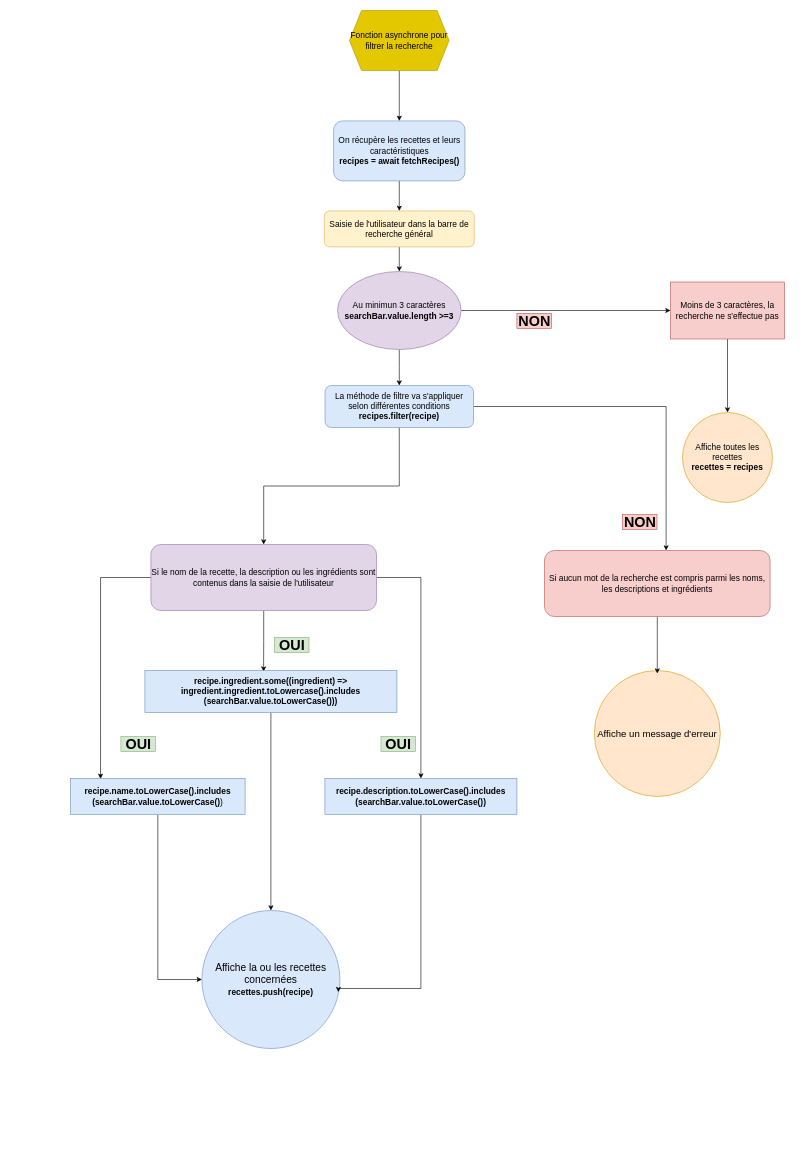
The draw.io diagram page "Page-1" (1 of 2) of Diagramme sans nom.drawio in julienberal75014/P7_LesPetitsPlats_Project, before the edit. Source tidied: cells renumbered, new cells numbered last; positions are measured from the earlier drawing's top-left corner, leaving out a move shared by most shapes. Both pictures are drawn from the tidied source at 60%, with x=0, y=0 at pixel (70, 10).
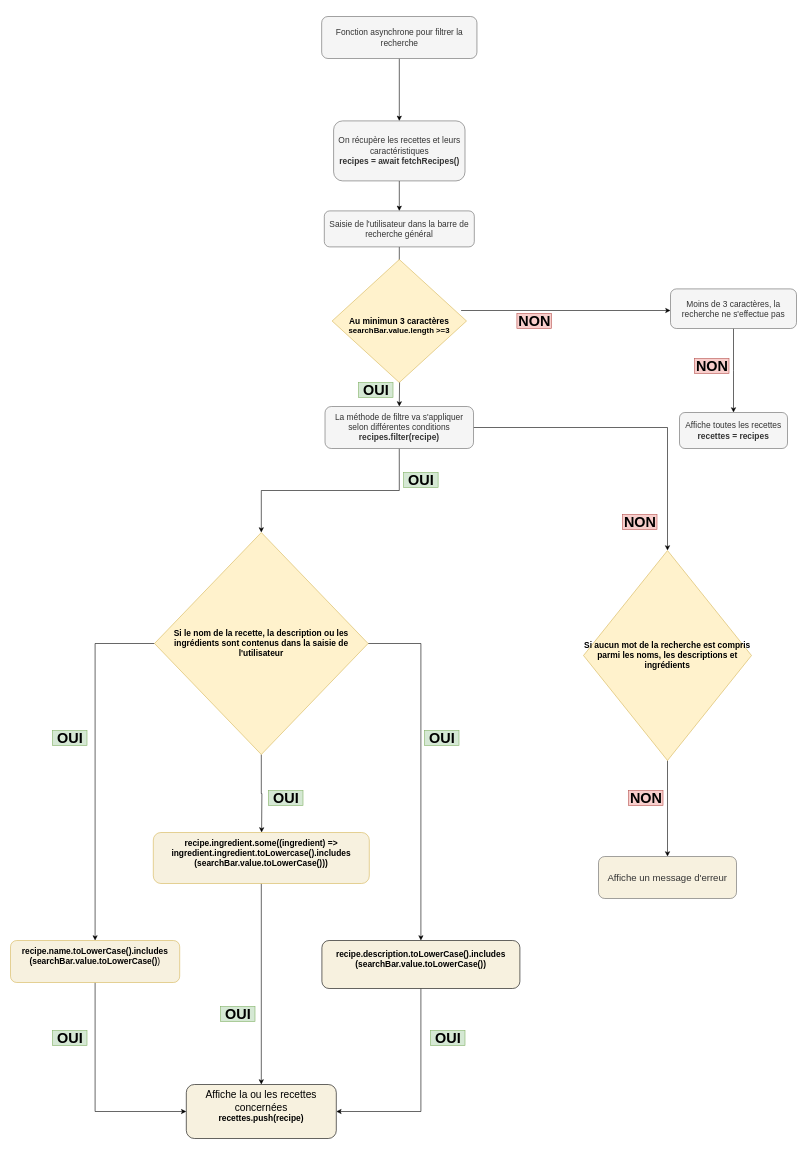
Above is the later version.

What changed in the source:
```diff
@@
-    <mxCell id="2" style="edgeStyle=orthogonalEdgeStyle;rounded=0;jettySize=auto;html=1;exitX=0.5;exitY=1;exitDx=0;exitDy=0;fontSize=14;" parent="1" edge="1" source="3" target="21">
-      <mxGeometry relative="1" as="geometry" />
+    <mxCell id="2" style="edgeStyle=orthogonalEdgeStyle;rounded=0;jettySize=auto;html=1;exitX=0.5;exitY=1;exitDx=0;exitDy=0;fontSize=14;" parent="1" edge="1" source="3">
+      <mxGeometry relative="1" as="geometry">
+        <mxPoint x="548" y="435" as="targetPoint" />
+      </mxGeometry>
     </mxCell>
-    <mxCell id="3" value="&lt;font style=&quot;font-size: 14px;&quot;&gt;Saisie de l'utilisateur dans la barre de recherche général&lt;br&gt;&lt;/font&gt;" style="rounded=1;whiteSpace=wrap;html=1;fillColor=#fff2cc;strokeColor=#d6b656;" parent="1" vertex="1">
+    <mxCell id="3" value="&lt;font style=&quot;font-size: 14px;&quot;&gt;Saisie de l'utilisateur dans la barre de recherche général&lt;br&gt;&lt;/font&gt;" style="rounded=1;whiteSpace=wrap;html=1;fillColor=#f5f5f5;strokeColor=#666666;fontColor=#333333;" parent="1" vertex="1">
       <mxGeometry x="423" y="334" width="250" height="60" as="geometry" />
     </mxCell>
-    <mxCell id="4" style="edgeStyle=orthogonalEdgeStyle;rounded=0;jettySize=auto;html=1;exitX=0.5;exitY=1;exitDx=0;exitDy=0;fontFamily=Helvetica;fontSize=14;" parent="1" edge="1" source="6" target="25">
+    <mxCell id="4" style="edgeStyle=orthogonalEdgeStyle;rounded=0;jettySize=auto;html=1;exitX=0.5;exitY=1;exitDx=0;exitDy=0;" parent="1" edge="1" source="6" target="25">
       <mxGeometry relative="1" as="geometry" />
     </mxCell>
-    <mxCell id="5" style="edgeStyle=orthogonalEdgeStyle;rounded=0;jettySize=auto;html=1;exitX=1;exitY=0.5;exitDx=0;exitDy=0;entryX=0.539;entryY=0;entryDx=0;entryDy=0;entryPerimeter=0;fontFamily=Helvetica;fontSize=14;" parent="1" edge="1" source="6" target="35">
+    <mxCell id="5" style="edgeStyle=orthogonalEdgeStyle;rounded=0;jettySize=auto;html=1;exitX=1;exitY=0.5;exitDx=0;exitDy=0;fontSize=14;" parent="1" edge="1" source="6" target="35">
       <mxGeometry relative="1" as="geometry" />
     </mxCell>
-    <mxCell id="6" value="&lt;div align=&quot;center&quot;&gt;&lt;font style=&quot;font-size: 14px;&quot;&gt;La méthode de filtre va s'appliquer selon différentes conditions&lt;b&gt;&lt;br&gt;&lt;/b&gt;&lt;/font&gt;&lt;/div&gt;&lt;div align=&quot;center&quot;&gt;&lt;div align=&quot;center&quot;&gt;&lt;font style=&quot;font-size: 14px;&quot;&gt;&lt;b&gt;recipes.filter(recipe)&lt;/b&gt;&lt;/font&gt;&lt;/div&gt;&lt;/div&gt;" style="rounded=1;whiteSpace=wrap;html=1;align=center;fillColor=#dae8fc;strokeColor=#6c8ebf;" parent="1" vertex="1">
-      <mxGeometry x="424.2" y="625" width="247.5" height="70" as="geometry" />
+    <mxCell id="6" value="&lt;div align=&quot;center&quot;&gt;&lt;font style=&quot;font-size: 14px;&quot;&gt;La méthode de filtre va s'appliquer selon différentes conditions&lt;b&gt;&lt;br&gt;&lt;/b&gt;&lt;/font&gt;&lt;/div&gt;&lt;div align=&quot;center&quot;&gt;&lt;div align=&quot;center&quot;&gt;&lt;font style=&quot;font-size: 14px;&quot;&gt;&lt;b&gt;recipes.filter(recipe)&lt;/b&gt;&lt;/font&gt;&lt;/div&gt;&lt;/div&gt;" style="rounded=1;whiteSpace=wrap;html=1;align=center;fillColor=#f5f5f5;strokeColor=#666666;fontColor=#333333;" parent="1" vertex="1">
+      <mxGeometry x="424.2" y="660" width="247.5" height="70" as="geometry" />
     </mxCell>
-    <mxCell id="7" value="&lt;div style=&quot;font-size: 17px;&quot;&gt;&lt;font style=&quot;font-size: 17px;&quot;&gt;Affiche la ou les recettes concernées&lt;/font&gt;&lt;/div&gt;&lt;div style=&quot;font-size: 14px;&quot;&gt;&lt;font style=&quot;font-size: 14px;&quot;&gt;&lt;b&gt;recettes.push(recipe)&lt;/b&gt;&lt;/font&gt;&lt;br&gt;&lt;/div&gt;" style="ellipse;whiteSpace=wrap;html=1;fillColor=#dae8fc;strokeColor=#6c8ebf;" parent="1" vertex="1">
-      <mxGeometry x="219" y="1500" width="230" height="230" as="geometry" />
-    </mxCell>
-    <mxCell id="8" value="&lt;div style=&quot;font-size: 14px;&quot;&gt;&lt;font style=&quot;font-size: 14px;&quot;&gt;Affiche toutes les recettes&lt;/font&gt;&lt;/div&gt;&lt;div style=&quot;font-size: 14px;&quot;&gt;&lt;font style=&quot;font-size: 14px;&quot;&gt;&lt;b&gt;recettes = recipes&lt;/b&gt;&lt;/font&gt;&lt;br&gt;&lt;/div&gt;" style="ellipse;whiteSpace=wrap;html=1;fillColor=#ffe6cc;strokeColor=#d79b00;" parent="1" vertex="1">
-      <mxGeometry x="1020" y="670" width="150" height="150" as="geometry" />
-    </mxCell>
@@
     <mxCell id="10" value="OUI" style="text;strokeColor=#82b366;fillColor=#d5e8d4;html=1;fontSize=24;fontStyle=1;verticalAlign=middle;align=center;" parent="1" vertex="1">
-      <mxGeometry x="340" y="1045" width="57.5" height="25" as="geometry" />
+      <mxGeometry x="330" y="1300" width="57.5" height="25" as="geometry" />
     </mxCell>
-    <mxCell id="11" style="edgeStyle=orthogonalEdgeStyle;rounded=0;jettySize=auto;html=1;exitX=0.5;exitY=1;exitDx=0;exitDy=0;fontFamily=Helvetica;fontSize=14;" parent="1" edge="1" source="12" target="8">
-      <mxGeometry relative="1" as="geometry" />
-    </mxCell>
-    <mxCell id="12" value="&lt;font style=&quot;font-size: 14px;&quot;&gt;Moins de 3 caractères, la recherche ne s'effectue pas&lt;br&gt;&lt;/font&gt;" style="rounded=0;whiteSpace=wrap;html=1;fillColor=#f8cecc;strokeColor=#b85450;" parent="1" vertex="1">
-      <mxGeometry x="1000" y="452.5" width="190" height="95" as="geometry" />
-    </mxCell>
@@
-    <mxCell id="14" value="&lt;p style=&quot;line-height: 100%; font-size: 16px;&quot;&gt;&lt;font style=&quot;font-size: 16px;&quot;&gt;Affiche un message d'erreur&lt;br&gt;&lt;/font&gt;&lt;/p&gt;" style="ellipse;whiteSpace=wrap;html=1;fontSize=14;fillColor=#ffe6cc;strokeColor=#d79b00;fontStyle=0;" parent="1" vertex="1">
-      <mxGeometry x="873" y="1100" width="210" height="210" as="geometry" />
-    </mxCell>
@@
-    <mxCell id="16" value="&lt;div&gt;On récupère les recettes et leurs caractéristiques&lt;/div&gt;&lt;div&gt;&lt;div&gt;&lt;b&gt;recipes = await fetchRecipes()&lt;/b&gt;&lt;/div&gt;&lt;/div&gt;" style="rounded=1;whiteSpace=wrap;html=1;fontSize=14;fillColor=#dae8fc;strokeColor=#6c8ebf;" parent="1" vertex="1">
+    <mxCell id="16" value="&lt;div&gt;On récupère les recettes et leurs caractéristiques&lt;/div&gt;&lt;div&gt;&lt;div&gt;&lt;b&gt;recipes = await fetchRecipes()&lt;/b&gt;&lt;/div&gt;&lt;/div&gt;" style="rounded=1;whiteSpace=wrap;html=1;fontSize=14;fillColor=#f5f5f5;strokeColor=#666666;fontColor=#333333;" parent="1" vertex="1">
       <mxGeometry x="438.5" y="184" width="219" height="100" as="geometry" />
     </mxCell>
+    <mxCell id="19" style="edgeStyle=orthogonalEdgeStyle;rounded=0;orthogonalLoop=1;jettySize=auto;html=1;exitX=1;exitY=0.5;exitDx=0;exitDy=0;fontSize=14;" parent="1" edge="1">
+      <mxGeometry relative="1" as="geometry">
+        <mxPoint x="651" y="500" as="sourcePoint" />
+        <mxPoint x="1000" y="500" as="targetPoint" />
+      </mxGeometry>
+    </mxCell>
+    <mxCell id="20" style="edgeStyle=orthogonalEdgeStyle;rounded=0;jettySize=auto;html=1;exitX=0.5;exitY=1;exitDx=0;exitDy=0;fontSize=14;" parent="1" edge="1" target="6">
+      <mxGeometry relative="1" as="geometry">
+        <mxPoint x="548" y="565" as="sourcePoint" />
+      </mxGeometry>
+    </mxCell>
+    <mxCell id="33" value="OUI" style="text;strokeColor=#82b366;fillColor=#d5e8d4;html=1;fontSize=24;fontStyle=1;verticalAlign=middle;align=center;" parent="1" vertex="1">
+      <mxGeometry x="590" y="1200" width="57.5" height="25" as="geometry" />
+    </mxCell>
+    <mxCell id="21" value="&lt;b&gt;&lt;br&gt;&lt;/b&gt;&lt;div style=&quot;font-size: 14px;&quot;&gt;&lt;b&gt;Au minimun 3 caractères&lt;/b&gt;&lt;/div&gt;&lt;b&gt;&lt;font style=&quot;font-size: 13px;&quot;&gt;searchBar.value.length &amp;gt;=3&lt;/font&gt;&lt;br&gt;&lt;/b&gt;" style="rhombus;whiteSpace=wrap;html=1;fillColor=#fff2cc;strokeColor=#d6b656;" parent="1" vertex="1">
+      <mxGeometry x="436" y="415" width="224" height="205" as="geometry" />
+    </mxCell>
-    <mxCell id="17" style="edgeStyle=orthogonalEdgeStyle;rounded=0;jettySize=auto;html=1;exitX=0.5;exitY=1;exitDx=0;exitDy=0;fontFamily=Helvetica;fontSize=14;" parent="1" edge="1" source="18" target="16">
+    <mxCell id="17" style="edgeStyle=orthogonalEdgeStyle;rounded=0;jettySize=auto;html=1;exitX=0.5;exitY=1;exitDx=0;exitDy=0;fontSize=14;" parent="1" edge="1" source="18" target="16">
       <mxGeometry relative="1" as="geometry" />
     </mxCell>
-    <mxCell id="18" value="Fonction asynchrone pour filtrer la recherche" style="shape=hexagon;perimeter=hexagonPerimeter2;whiteSpace=wrap;html=1;fixedSize=1;fontSize=14;fillColor=#e3c800;fontColor=#000000;strokeColor=#B09500;" parent="1" vertex="1">
-      <mxGeometry x="465" width="166" height="100" as="geometry" />
+    <mxCell id="18" value="&lt;font style=&quot;font-size: 14px;&quot;&gt;Fonction asynchrone pour filtrer la recherche&lt;/font&gt;" style="rounded=1;whiteSpace=wrap;html=1;fillColor=#f5f5f5;fontColor=#333333;strokeColor=#666666;" parent="1" vertex="1">
+      <mxGeometry x="418.6" y="10" width="258.8" height="70" as="geometry" />
     </mxCell>
-    <mxCell id="19" style="edgeStyle=orthogonalEdgeStyle;rounded=0;jettySize=auto;html=1;exitX=1;exitY=0.5;exitDx=0;exitDy=0;fontSize=14;" parent="1" edge="1" source="21" target="12">
-      <mxGeometry relative="1" as="geometry" />
-    </mxCell>
-    <mxCell id="20" style="edgeStyle=orthogonalEdgeStyle;rounded=0;jettySize=auto;html=1;exitX=0.5;exitY=1;exitDx=0;exitDy=0;fontSize=14;" parent="1" edge="1" source="21" target="6">
-      <mxGeometry relative="1" as="geometry" />
-    </mxCell>
-    <mxCell id="21" value="&lt;div style=&quot;font-size: 14px;&quot;&gt;Au minimun 3 caractères&lt;/div&gt;&lt;b&gt;searchBar.value.length &amp;gt;=3&lt;/b&gt;" style="ellipse;whiteSpace=wrap;html=1;fontSize=14;fillColor=#e1d5e7;strokeColor=#9673a6;" parent="1" vertex="1">
-      <mxGeometry x="445" y="435" width="206" height="130" as="geometry" />
-    </mxCell>
+    <mxCell id="36" value="OUI" style="text;strokeColor=#82b366;fillColor=#d5e8d4;html=1;fontSize=24;fontStyle=1;verticalAlign=middle;align=center;" parent="1" vertex="1">
+      <mxGeometry x="480" y="620" width="57.5" height="25" as="geometry" />
+    </mxCell>
+    <mxCell id="37" value="OUI" style="text;strokeColor=#82b366;fillColor=#d5e8d4;html=1;fontSize=24;fontStyle=1;verticalAlign=middle;align=center;" parent="1" vertex="1">
+      <mxGeometry x="555.2" y="770" width="57.5" height="25" as="geometry" />
+    </mxCell>
+    <mxCell id="38" style="edgeStyle=orthogonalEdgeStyle;rounded=0;jettySize=auto;html=1;exitX=0.5;exitY=1;exitDx=0;exitDy=0;entryX=0.463;entryY=0.071;entryDx=0;entryDy=0;entryPerimeter=0;fontSize=13;" parent="1" edge="1" source="25">
+      <mxGeometry relative="1" as="geometry">
+        <mxPoint x="318.5" y="1370" as="targetPoint" />
+      </mxGeometry>
+    </mxCell>
-    <mxCell id="22" style="edgeStyle=orthogonalEdgeStyle;rounded=0;jettySize=auto;html=1;exitX=0;exitY=0.5;exitDx=0;exitDy=0;entryX=0.172;entryY=0.011;entryDx=0;entryDy=0;entryPerimeter=0;fontFamily=Helvetica;fontSize=14;" parent="1" edge="1" source="25" target="27">
+    <mxCell id="22" style="edgeStyle=orthogonalEdgeStyle;rounded=0;jettySize=auto;html=1;exitX=0;exitY=0.5;exitDx=0;exitDy=0;fontSize=14;" parent="1" edge="1" source="25" target="27">
       <mxGeometry relative="1" as="geometry" />
     </mxCell>
-    <mxCell id="23" style="edgeStyle=orthogonalEdgeStyle;rounded=0;jettySize=auto;html=1;exitX=1;exitY=0.5;exitDx=0;exitDy=0;fontFamily=Helvetica;fontSize=14;" parent="1" edge="1" source="25" target="29">
+    <mxCell id="23" style="edgeStyle=orthogonalEdgeStyle;rounded=0;jettySize=auto;html=1;exitX=1;exitY=0.5;exitDx=0;exitDy=0;fontSize=14;" parent="1" edge="1" source="25" target="29">
       <mxGeometry relative="1" as="geometry" />
     </mxCell>
-    <mxCell id="24" style="edgeStyle=orthogonalEdgeStyle;rounded=0;jettySize=auto;html=1;exitX=0.5;exitY=1;exitDx=0;exitDy=0;entryX=0.471;entryY=0.026;entryDx=0;entryDy=0;entryPerimeter=0;fontFamily=Helvetica;fontSize=14;" parent="1" edge="1" source="25" target="31">
-      <mxGeometry relative="1" as="geometry" />
-    </mxCell>
-    <mxCell id="25" value="&lt;div style=&quot;font-size: 14px;&quot;&gt;Si le nom de la recette, la description ou les ingrédients sont contenus dans la saisie de l'utilisateur&lt;/div&gt;" style="rounded=1;whiteSpace=wrap;html=1;fontSize=14;fillColor=#e1d5e7;strokeColor=#9673a6;" parent="1" vertex="1">
-      <mxGeometry x="134" y="890" width="376" height="110" as="geometry" />
+    <mxCell id="25" value="&lt;br&gt;&lt;div style=&quot;font-size: 14px;&quot;&gt;&lt;b&gt;Si le nom de la recette, la description ou les ingrédients sont contenus dans la saisie de l'utilisateur&lt;/b&gt;&lt;/div&gt;&lt;br&gt;" style="rhombus;whiteSpace=wrap;html=1;fillColor=#fff2cc;strokeColor=#d6b656;" parent="1" vertex="1">
+      <mxGeometry x="140" y="870" width="356" height="370" as="geometry" />
     </mxCell>
+    <mxCell id="39" value="OUI" style="text;strokeColor=#82b366;fillColor=#d5e8d4;html=1;fontSize=24;fontStyle=1;verticalAlign=middle;align=center;" parent="1" vertex="1">
+      <mxGeometry x="-30" y="1200" width="57.5" height="25" as="geometry" />
+    </mxCell>
+    <mxCell id="40" style="edgeStyle=orthogonalEdgeStyle;rounded=0;jettySize=auto;html=1;exitX=0.5;exitY=1;exitDx=0;exitDy=0;fontSize=14;" parent="1" edge="1" source="35" target="14">
+      <mxGeometry relative="1" as="geometry" />
+    </mxCell>
+    <mxCell id="35" value="&lt;b&gt;Si aucun mot de la recherche est compris parmi les noms, les descriptions et ingrédients&lt;/b&gt;" style="rhombus;whiteSpace=wrap;html=1;fontSize=14;fillColor=#fff2cc;strokeColor=#d6b656;" parent="1" vertex="1">
+      <mxGeometry x="855" y="900" width="280" height="350" as="geometry" />
+    </mxCell>
+    <mxCell id="14" value="&lt;p style=&quot;line-height: 100%; font-size: 16px;&quot;&gt;&lt;font style=&quot;font-size: 16px;&quot;&gt;Affiche un message d'erreur&lt;br&gt;&lt;/font&gt;&lt;/p&gt;" style="rounded=1;whiteSpace=wrap;html=1;fontSize=14;fillColor=#f7f1df;strokeColor=#666666;fontColor=#333333;" parent="1" vertex="1">
+      <mxGeometry x="880" y="1410" width="230" height="70" as="geometry" />
+    </mxCell>
+    <mxCell id="41" value="NON" style="text;strokeColor=#b85450;fillColor=#f8cecc;html=1;fontSize=24;fontStyle=1;verticalAlign=middle;align=center;" parent="1" vertex="1">
+      <mxGeometry x="930" y="1300" width="57.5" height="25" as="geometry" />
+    </mxCell>
+    <mxCell id="42" style="edgeStyle=orthogonalEdgeStyle;rounded=0;jettySize=auto;html=1;exitX=0.5;exitY=1;exitDx=0;exitDy=0;fontSize=14;" parent="1" edge="1" source="12">
+      <mxGeometry relative="1" as="geometry">
+        <mxPoint x="1105" y="670" as="targetPoint" />
+      </mxGeometry>
+    </mxCell>
+    <mxCell id="12" value="&lt;font style=&quot;font-size: 14px;&quot;&gt;Moins de 3 caractères, la recherche ne s'effectue pas&lt;/font&gt;" style="rounded=1;whiteSpace=wrap;html=1;fontSize=14;fillColor=#f5f5f5;fontColor=#333333;strokeColor=#666666;" parent="1" vertex="1">
+      <mxGeometry x="1000" y="464" width="210" height="66" as="geometry" />
+    </mxCell>
+    <mxCell id="43" value="NON" style="text;strokeColor=#b85450;fillColor=#f8cecc;html=1;fontSize=24;fontStyle=1;verticalAlign=middle;align=center;" parent="1" vertex="1">
+      <mxGeometry x="1040" y="580" width="57.5" height="25" as="geometry" />
+    </mxCell>
+    <mxCell id="8" value="&lt;div style=&quot;font-size: 14px;&quot;&gt;&lt;font style=&quot;font-size: 14px;&quot;&gt;Affiche toutes les recettes&lt;/font&gt;&lt;/div&gt;&lt;font style=&quot;font-size: 14px;&quot;&gt;&lt;b&gt;recettes = recipes&lt;/b&gt;&lt;/font&gt;" style="rounded=1;whiteSpace=wrap;html=1;fontSize=14;fillColor=#f5f5f5;fontColor=#333333;strokeColor=#666666;" parent="1" vertex="1">
+      <mxGeometry x="1015" y="670" width="180" height="60" as="geometry" />
+    </mxCell>
+    <mxCell id="44" value="OUI" style="text;strokeColor=#82b366;fillColor=#d5e8d4;html=1;fontSize=24;fontStyle=1;verticalAlign=middle;align=center;" parent="1" vertex="1">
+      <mxGeometry x="-30" y="1700" width="57.5" height="25" as="geometry" />
+    </mxCell>
+    <mxCell id="45" value="OUI" style="text;strokeColor=#82b366;fillColor=#d5e8d4;html=1;fontSize=24;fontStyle=1;verticalAlign=middle;align=center;" parent="1" vertex="1">
+      <mxGeometry x="250" y="1660" width="57.5" height="25" as="geometry" />
+    </mxCell>
+    <mxCell id="46" value="OUI" style="text;strokeColor=#82b366;fillColor=#d5e8d4;html=1;fontSize=24;fontStyle=1;verticalAlign=middle;align=center;" parent="1" vertex="1">
+      <mxGeometry x="600" y="1700" width="57.5" height="25" as="geometry" />
+    </mxCell>
+    <mxCell id="30" style="edgeStyle=orthogonalEdgeStyle;rounded=0;jettySize=auto;html=1;exitX=0.5;exitY=1;exitDx=0;exitDy=0;fontSize=14;" parent="1" edge="1" source="31" target="7">
+      <mxGeometry relative="1" as="geometry" />
+    </mxCell>
+    <mxCell id="31" value="&#10;&lt;div&gt;&lt;b&gt;recipe.ingredient.some((ingredient) =&amp;gt; ingredient.ingredient.toLowercase().includes&lt;/b&gt;&lt;/div&gt;&lt;div&gt;&lt;b&gt;(searchBar.value.toLowerCase()))&lt;/b&gt;&lt;/div&gt;&#10;&#10;" style="rounded=1;whiteSpace=wrap;html=1;fontSize=14;fillColor=#f7f1df;strokeColor=#d6b656;fillStyle=auto;" parent="1" vertex="1">
+      <mxGeometry x="138" y="1370" width="360" height="85" as="geometry" />
+    </mxCell>
-    <mxCell id="26" style="edgeStyle=orthogonalEdgeStyle;rounded=0;jettySize=auto;html=1;exitX=0.5;exitY=1;exitDx=0;exitDy=0;entryX=0;entryY=0.5;entryDx=0;entryDy=0;fontFamily=Helvetica;fontSize=14;" parent="1" edge="1" source="27" target="7">
+    <mxCell id="26" style="edgeStyle=orthogonalEdgeStyle;rounded=0;jettySize=auto;html=1;exitX=0.5;exitY=1;exitDx=0;exitDy=0;entryX=0;entryY=0.5;entryDx=0;entryDy=0;fontSize=14;" parent="1" edge="1" source="27" target="7">
       <mxGeometry relative="1" as="geometry" />
     </mxCell>
-    <mxCell id="27" value="&lt;div&gt;&lt;b&gt;recipe.name.toLowerCase().includes&lt;/b&gt;&lt;/div&gt;&lt;div&gt;&lt;b&gt;(searchBar.value.toLowerCase()&lt;/b&gt;)&lt;/div&gt;" style="rounded=0;whiteSpace=wrap;html=1;fontFamily=Helvetica;fontSize=14;fillColor=#dae8fc;strokeColor=#6c8ebf;" parent="1" vertex="1">
-      <mxGeometry y="1280" width="291" height="60" as="geometry" />
+    <mxCell id="27" value="&#10;&lt;div&gt;&lt;b&gt;recipe.name.toLowerCase().includes&lt;/b&gt;&lt;/div&gt;&lt;div&gt;&lt;b&gt;(searchBar.value.toLowerCase()&lt;/b&gt;)&lt;/div&gt;&#10;&#10;" style="rounded=1;whiteSpace=wrap;html=1;fontSize=14;fillColor=#f7f1df;strokeColor=#d6b656;" parent="1" vertex="1">
+      <mxGeometry x="-100" y="1550" width="282" height="70" as="geometry" />
     </mxCell>
-    <mxCell id="28" style="edgeStyle=orthogonalEdgeStyle;rounded=0;jettySize=auto;html=1;exitX=0.5;exitY=1;exitDx=0;exitDy=0;entryX=0.989;entryY=0.591;entryDx=0;entryDy=0;entryPerimeter=0;fontFamily=Helvetica;fontSize=14;" parent="1" edge="1" source="29" target="7">
-      <mxGeometry relative="1" as="geometry">
-        <Array as="points">
-          <mxPoint x="584" y="1630" />
-          <mxPoint x="447" y="1630" />
-        </Array>
-      </mxGeometry>
+    <mxCell id="28" style="edgeStyle=orthogonalEdgeStyle;rounded=0;jettySize=auto;html=1;exitX=0.5;exitY=1;exitDx=0;exitDy=0;entryX=1;entryY=0.5;entryDx=0;entryDy=0;fontSize=14;" parent="1" edge="1" source="29" target="7">
+      <mxGeometry relative="1" as="geometry" />
     </mxCell>
-    <mxCell id="29" value="&lt;div&gt;&lt;b&gt;recipe.description.toLowerCase().includes&lt;/b&gt;&lt;/div&gt;&lt;div&gt;&lt;b&gt;(searchBar.value.toLowerCase())&lt;/b&gt;&lt;/div&gt;" style="rounded=0;whiteSpace=wrap;html=1;fontFamily=Helvetica;fontSize=14;fillColor=#dae8fc;strokeColor=#6c8ebf;" parent="1" vertex="1">
-      <mxGeometry x="424" y="1280" width="320" height="60" as="geometry" />
+    <mxCell id="29" value="&#10;&lt;div&gt;&lt;b&gt;recipe.description.toLowerCase().includes&lt;/b&gt;&lt;/div&gt;&lt;div&gt;&lt;b&gt;(searchBar.value.toLowerCase())&lt;/b&gt;&lt;/div&gt;&#10;&#10;" style="rounded=1;whiteSpace=wrap;html=1;fontSize=14;fillColor=#f7f1df;" parent="1" vertex="1">
+      <mxGeometry x="419" y="1550" width="330" height="80" as="geometry" />
     </mxCell>
-    <mxCell id="30" style="edgeStyle=orthogonalEdgeStyle;rounded=0;jettySize=auto;html=1;exitX=0.5;exitY=1;exitDx=0;exitDy=0;fontFamily=Helvetica;fontSize=14;" parent="1" edge="1" source="31" target="7">
-      <mxGeometry relative="1" as="geometry" />
-    </mxCell>
-    <mxCell id="31" value="&lt;div&gt;&lt;b&gt;recipe.ingredient.some((ingredient) =&amp;gt; ingredient.ingredient.toLowercase().includes&lt;/b&gt;&lt;/div&gt;&lt;div&gt;&lt;b&gt;(searchBar.value.toLowerCase()))&lt;/b&gt;&lt;/div&gt;" style="rounded=0;whiteSpace=wrap;html=1;fontFamily=Helvetica;fontSize=14;fillColor=#dae8fc;strokeColor=#6c8ebf;" parent="1" vertex="1">
-      <mxGeometry x="124" y="1100" width="420" height="70" as="geometry" />
-    </mxCell>
-    <mxCell id="32" value="OUI" style="text;strokeColor=#82b366;fillColor=#d5e8d4;html=1;fontSize=24;fontStyle=1;verticalAlign=middle;align=center;" parent="1" vertex="1">
-      <mxGeometry x="84" y="1210" width="57.5" height="25" as="geometry" />
-    </mxCell>
-    <mxCell id="33" value="OUI" style="text;strokeColor=#82b366;fillColor=#d5e8d4;html=1;fontSize=24;fontStyle=1;verticalAlign=middle;align=center;" parent="1" vertex="1">
-      <mxGeometry x="517.5" y="1210" width="57.5" height="25" as="geometry" />
-    </mxCell>
-    <mxCell id="34" style="edgeStyle=orthogonalEdgeStyle;rounded=0;jettySize=auto;html=1;exitX=0.5;exitY=1;exitDx=0;exitDy=0;fontFamily=Helvetica;fontSize=14;" parent="1" edge="1" source="35">
-      <mxGeometry relative="1" as="geometry">
-        <mxPoint x="978" y="1105" as="targetPoint" />
-        <Array as="points">
-          <mxPoint x="978" y="1060" />
-          <mxPoint x="978" y="1060" />
-        </Array>
-      </mxGeometry>
-    </mxCell>
-    <mxCell id="35" value="Si aucun mot de la recherche est compris parmi les noms, les descriptions et ingrédients" style="rounded=1;whiteSpace=wrap;html=1;fontSize=14;fillColor=#f8cecc;strokeColor=#b85450;" parent="1" vertex="1">
-      <mxGeometry x="790" y="900" width="376" height="110" as="geometry" />
-    </mxCell>
+    <mxCell id="7" value="&#10;&lt;div style=&quot;font-size: 17px;&quot;&gt;&lt;font style=&quot;font-size: 17px;&quot;&gt;Affiche la ou les recettes concernées&lt;/font&gt;&lt;/div&gt;&lt;div style=&quot;font-size: 14px;&quot;&gt;&lt;font style=&quot;font-size: 14px;&quot;&gt;&lt;b&gt;recettes.push(recipe)&lt;/b&gt;&lt;/font&gt;&lt;/div&gt;&#10;&#10;" style="rounded=1;whiteSpace=wrap;html=1;fontSize=14;strokeColor=#000000;fillColor=#f7f1df;" parent="1" vertex="1">
+      <mxGeometry x="193" y="1790" width="250" height="90" as="geometry" />
+    </mxCell>
```
